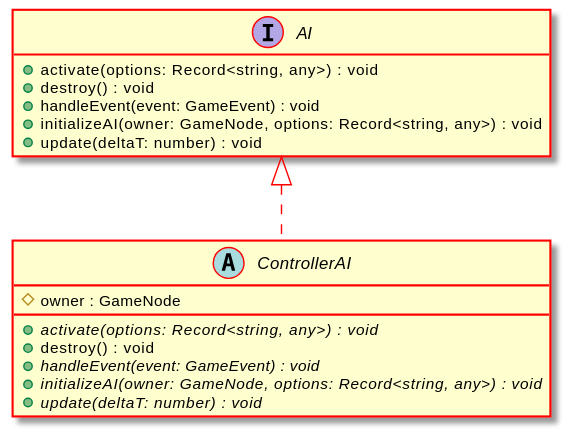
Above: docs/api/assets/ControllerAI-umlClassDiagram-27.svg in Test123938/Test2 (PlantUML), before the change. Its diagram source:
```plantuml
@startuml
skinparam ClassArrowColor #ff0000
skinparam ClassBorderColor #ff0000
skinparam BackgroundColor transparent
hide empty methods
hide empty fields
abstract class "ControllerAI" {
    #owner : GameNode
    {abstract} +activate(options: Record<string, any>) : void
    +destroy() : void
    {abstract} +handleEvent(event: GameEvent) : void
    {abstract} +initializeAI(owner: GameNode, options: Record<string, any>) : void
    {abstract} +update(deltaT: number) : void
}
interface "AI" {
    +activate(options: Record<string, any>) : void
    +destroy() : void
    +handleEvent(event: GameEvent) : void
    +initializeAI(owner: GameNode, options: Record<string, any>) : void
    +update(deltaT: number) : void
}
"AI" <|.. "ControllerAI"
@enduml
```
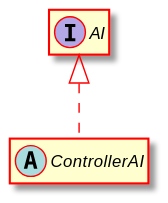
The same file after the commit.

What changed in the source:
```diff
@@ -5,19 +5,8 @@
 hide empty methods
 hide empty fields
 abstract class "ControllerAI" {
-    #owner : GameNode
-    {abstract} +activate(options: Record<string, any>) : void
-    +destroy() : void
-    {abstract} +handleEvent(event: GameEvent) : void
-    {abstract} +initializeAI(owner: GameNode, options: Record<string, any>) : void
-    {abstract} +update(deltaT: number) : void
 }
 interface "AI" {
-    +activate(options: Record<string, any>) : void
-    +destroy() : void
-    +handleEvent(event: GameEvent) : void
-    +initializeAI(owner: GameNode, options: Record<string, any>) : void
-    +update(deltaT: number) : void
 }
 "AI" <|.. "ControllerAI"
 @enduml
```
